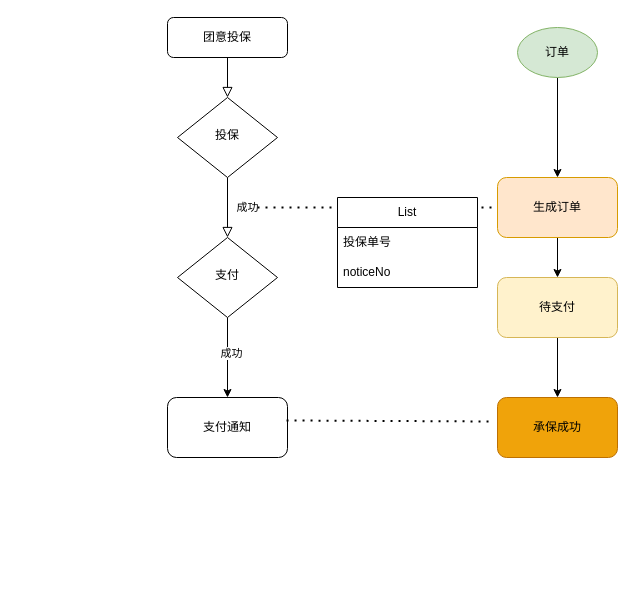
Above: xlh/xlh.drawio in zhanghaiyang1/draw (draw.io), before the change. Source tidied: cells renumbered, new cells numbered last; positions are measured from the earlier drawing's top-left corner, leaving out a move shared by most shapes. Both pictures are drawn from the tidied source at 100%, with x=0, y=0 at pixel (167, 17).
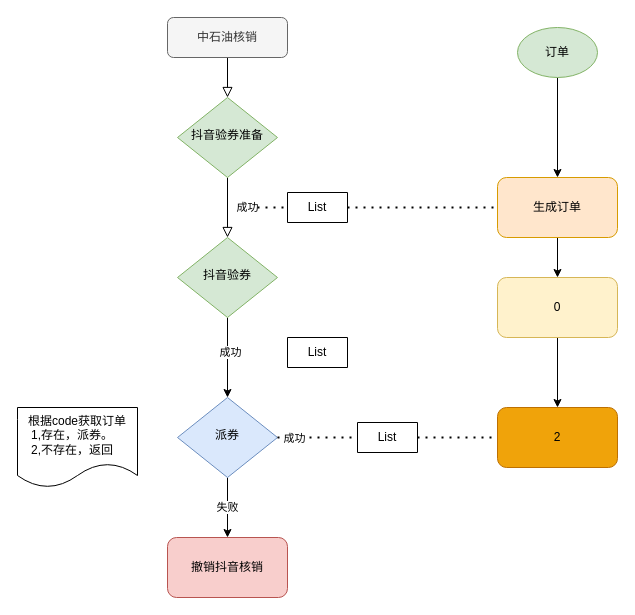
Above is the later version.

The change refers to these unchanged cells:
```xml
<mxCell id="12" value="生成订单" style="rounded=1;whiteSpace=wrap;html=1;fillColor=#ffe6cc;strokeColor=#d79b00;" parent="1" vertex="1">
  <mxGeometry x="330" y="160" width="120" height="60" as="geometry" />
</mxCell>
```

Diff of the diagram source:
```diff
@@
-    <mxCell id="3" value="团意投保" style="rounded=1;whiteSpace=wrap;html=1;fontSize=12;glass=0;strokeWidth=1;shadow=0;" parent="1" vertex="1">
+    <mxCell id="3" value="中石油核销" style="rounded=1;whiteSpace=wrap;html=1;fontSize=12;glass=0;strokeWidth=1;shadow=0;fillColor=#f5f5f5;fontColor=#333333;strokeColor=#666666;" parent="1" vertex="1">
       <mxGeometry width="120" height="40" as="geometry" />
     </mxCell>
@@
-    <mxCell id="5" value="投保" style="rhombus;whiteSpace=wrap;html=1;shadow=0;fontFamily=Helvetica;fontSize=12;align=center;strokeWidth=1;spacing=6;spacingTop=-4;" parent="1" vertex="1">
+    <mxCell id="5" value="抖音验券准备" style="rhombus;whiteSpace=wrap;html=1;shadow=0;fontFamily=Helvetica;fontSize=12;align=center;strokeWidth=1;spacing=6;spacingTop=-4;fillColor=#d5e8d4;strokeColor=#82b366;" parent="1" vertex="1">
       <mxGeometry x="10" y="80" width="100" height="80" as="geometry" />
     </mxCell>
-    <mxCell id="6" style="edgeStyle=orthogonalEdgeStyle;rounded=0;jettySize=auto;html=1;exitX=0.5;exitY=1;exitDx=0;exitDy=0;entryX=0.5;entryY=0;entryDx=0;entryDy=0;" parent="1" edge="1" source="8" target="16">
-      <mxGeometry relative="1" as="geometry" />
-    </mxCell>
-    <mxCell id="7" value="成功" style="edgeLabel;html=1;align=center;verticalAlign=middle;" parent="6" vertex="1">
-      <mxGeometry x="-0.12" y="3" relative="1" as="geometry" />
-    </mxCell>
+    <mxCell id="22" style="edgeStyle=orthogonalEdgeStyle;rounded=0;jettySize=auto;html=1;exitX=0.5;exitY=1;exitDx=0;exitDy=0;entryX=0.5;entryY=0;entryDx=0;entryDy=0;" parent="1" edge="1" source="8" target="27">
+      <mxGeometry relative="1" as="geometry" />
+    </mxCell>
+    <mxCell id="23" value="成功" style="edgeLabel;html=1;align=center;verticalAlign=middle;" parent="22" vertex="1">
+      <mxGeometry x="-0.15" y="2" relative="1" as="geometry" />
+    </mxCell>
-    <mxCell id="8" value="支付" style="rhombus;whiteSpace=wrap;html=1;shadow=0;fontFamily=Helvetica;fontSize=12;align=center;strokeWidth=1;spacing=6;spacingTop=-4;" parent="1" vertex="1">
+    <mxCell id="8" value="抖音验券" style="rhombus;whiteSpace=wrap;html=1;shadow=0;fontFamily=Helvetica;fontSize=12;align=center;strokeWidth=1;spacing=6;spacingTop=-4;fillColor=#d5e8d4;strokeColor=#82b366;" parent="1" vertex="1">
       <mxGeometry x="10" y="220" width="100" height="80" as="geometry" />
     </mxCell>
@@
-    <mxCell id="13" style="endArrow=none;dashed=1;html=1;dashPattern=1 3;strokeWidth=2;rounded=0;entryX=0;entryY=0.5;entryDx=0;entryDy=0;" parent="1" edge="1" target="12">
-      <mxGeometry relative="1" as="geometry">
-        <mxPoint x="90" y="190" as="sourcePoint" />
-      </mxGeometry>
+    <mxCell id="13" style="endArrow=none;dashed=1;html=1;dashPattern=1 3;strokeWidth=2;rounded=0;entryX=0;entryY=0.5;entryDx=0;entryDy=0;" parent="1" edge="1" source="19" target="12">
+      <mxGeometry relative="1" as="geometry" />
     </mxCell>
@@
-    <mxCell id="15" value="待支付" style="rounded=1;whiteSpace=wrap;html=1;fillColor=#fff2cc;strokeColor=#d6b656;" parent="1" vertex="1">
+    <mxCell id="15" value="0" style="rounded=1;whiteSpace=wrap;html=1;fillColor=#fff2cc;strokeColor=#d6b656;" parent="1" vertex="1">
       <mxGeometry x="330" y="260" width="120" height="60" as="geometry" />
     </mxCell>
-    <mxCell id="16" value="支付通知" style="rounded=1;whiteSpace=wrap;html=1;" parent="1" vertex="1">
-      <mxGeometry y="380" width="120" height="60" as="geometry" />
+    <mxCell id="16" value="撤销抖音核销" style="rounded=1;whiteSpace=wrap;html=1;fillColor=#f8cecc;strokeColor=#b85450;" parent="1" vertex="1">
+      <mxGeometry y="520" width="120" height="60" as="geometry" />
     </mxCell>
-    <mxCell id="17" value="承保成功" style="rounded=1;whiteSpace=wrap;html=1;fillColor=#f0a30a;fontColor=#000000;strokeColor=#BD7000;" parent="1" vertex="1">
-      <mxGeometry x="330" y="380" width="120" height="60" as="geometry" />
+    <mxCell id="17" value="2" style="rounded=1;whiteSpace=wrap;html=1;fillColor=#f0a30a;fontColor=#000000;strokeColor=#BD7000;" parent="1" vertex="1">
+      <mxGeometry x="330" y="390" width="120" height="60" as="geometry" />
     </mxCell>
-    <mxCell id="18" style="endArrow=none;dashed=1;html=1;dashPattern=1 3;strokeWidth=2;rounded=0;entryX=-0.033;entryY=0.4;entryDx=0;entryDy=0;entryPerimeter=0;exitX=0.992;exitY=0.383;exitDx=0;exitDy=0;exitPerimeter=0;" parent="1" edge="1" source="16" target="17">
+    <mxCell id="18" style="endArrow=none;dashed=1;html=1;dashPattern=1 3;strokeWidth=2;rounded=0;entryX=0;entryY=0.5;entryDx=0;entryDy=0;exitX=1;exitY=0.5;exitDx=0;exitDy=0;" parent="1" edge="1" source="30" target="17">
       <mxGeometry relative="1" as="geometry" />
     </mxCell>
+    <mxCell id="24" value="List" style="swimlane;fontStyle=0;horizontal=1;startSize=30;whiteSpace=wrap;html=1;" parent="1" vertex="1" collapsed="1">
+      <mxGeometry x="120" y="320" width="60" height="30" as="geometry" />
+    </mxCell>
+    <mxCell id="25" style="endArrow=none;dashed=1;html=1;dashPattern=1 3;strokeWidth=2;rounded=0;entryX=0;entryY=0.5;entryDx=0;entryDy=0;" parent="1" edge="1" target="19">
+      <mxGeometry relative="1" as="geometry">
+        <mxPoint x="90" y="190" as="sourcePoint" />
+      </mxGeometry>
+    </mxCell>
-    <mxCell id="19" value="List" style="swimlane;fontStyle=0;horizontal=1;startSize=30;whiteSpace=wrap;html=1;" parent="1" vertex="1">
-      <mxGeometry x="170" y="180" width="140" height="90" as="geometry" />
+    <mxCell id="19" value="List" style="swimlane;fontStyle=0;horizontal=1;startSize=30;whiteSpace=wrap;html=1;" parent="1" vertex="1" collapsed="1">
+      <mxGeometry x="120" y="175" width="60" height="30" as="geometry" />
     </mxCell>
-    <mxCell id="20" value="投保单号" style="text;strokeColor=none;fillColor=none;align=left;verticalAlign=middle;spacingLeft=4;spacingRight=4;overflow=hidden;whiteSpace=wrap;html=1;" parent="19" vertex="1">
-      <mxGeometry y="30" width="140" height="30" as="geometry" />
-    </mxCell>
-    <mxCell id="21" value="noticeNo" style="text;strokeColor=none;fillColor=none;align=left;verticalAlign=middle;spacingLeft=4;spacingRight=4;overflow=hidden;whiteSpace=wrap;html=1;" parent="19" vertex="1">
-      <mxGeometry y="60" width="140" height="30" as="geometry" />
-    </mxCell>
+    <mxCell id="26" value="失败" style="edgeStyle=orthogonalEdgeStyle;rounded=0;jettySize=auto;html=1;exitX=0.5;exitY=1;exitDx=0;exitDy=0;entryX=0.5;entryY=0;entryDx=0;entryDy=0;" parent="1" edge="1" source="27" target="16">
+      <mxGeometry relative="1" as="geometry" />
+    </mxCell>
+    <mxCell id="27" value="派券" style="rhombus;whiteSpace=wrap;html=1;shadow=0;fontFamily=Helvetica;fontSize=12;align=center;strokeWidth=1;spacing=6;spacingTop=-4;fillColor=#dae8fc;strokeColor=#6c8ebf;" parent="1" vertex="1">
+      <mxGeometry x="10" y="380" width="100" height="80" as="geometry" />
+    </mxCell>
+    <mxCell id="28" style="endArrow=none;dashed=1;html=1;dashPattern=1 3;strokeWidth=2;rounded=0;entryX=0;entryY=0.5;entryDx=0;entryDy=0;exitX=1;exitY=0.5;exitDx=0;exitDy=0;" parent="1" edge="1" source="27" target="30">
+      <mxGeometry relative="1" as="geometry" />
+    </mxCell>
+    <mxCell id="29" value="成功" style="edgeLabel;html=1;align=center;verticalAlign=middle;" parent="28" vertex="1">
+      <mxGeometry x="-0.6" relative="1" as="geometry" />
+    </mxCell>
+    <mxCell id="30" value="List" style="swimlane;fontStyle=0;horizontal=1;startSize=30;whiteSpace=wrap;html=1;" parent="1" vertex="1" collapsed="1">
+      <mxGeometry x="190" y="405" width="60" height="30" as="geometry" />
+    </mxCell>
+    <mxCell id="31" value="&lt;div&gt;根据code获取订单&lt;/div&gt;&lt;div&gt;1,存在，派券。&amp;nbsp;&amp;nbsp;&amp;nbsp; &lt;br&gt;&lt;/div&gt;&lt;div&gt;2,不存在，返回&amp;nbsp;&amp;nbsp;&amp;nbsp; &lt;br&gt;&lt;/div&gt;" style="shape=document;whiteSpace=wrap;html=1;boundedLbl=1;" parent="1" vertex="1">
+      <mxGeometry x="-150" y="390" width="120" height="80" as="geometry" />
+    </mxCell>
```
